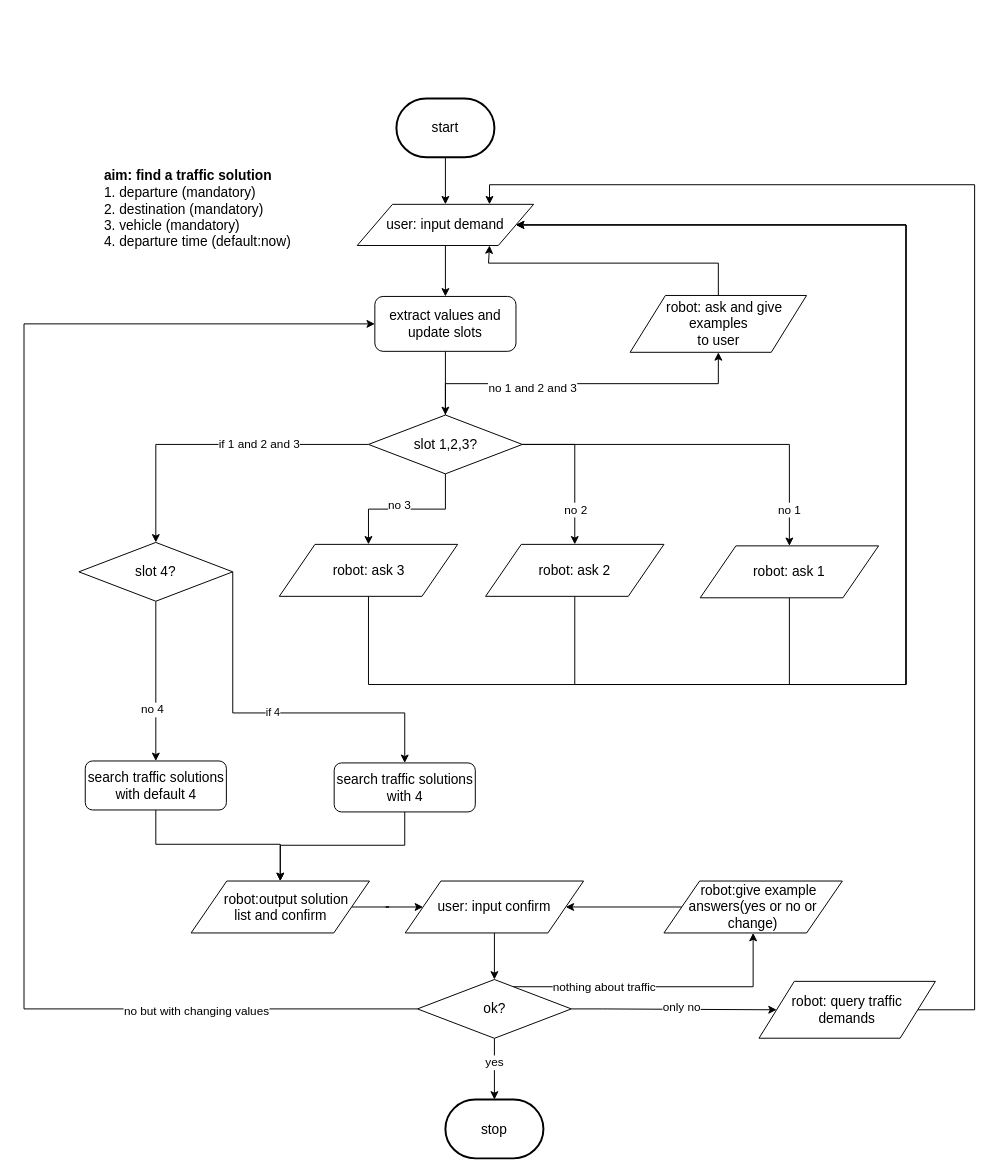
Earlier version of the draw.io diagram flow_diagram/traffic_consult.drawio (ricosr/travel_consult_chatbot). Source tidied: cells renumbered, new cells numbered last; positions are measured from the earlier drawing's top-left corner, leaving out a move shared by most shapes. Both pictures are drawn from the tidied source at 98%, with x=0, y=0 at pixel (24, 98).
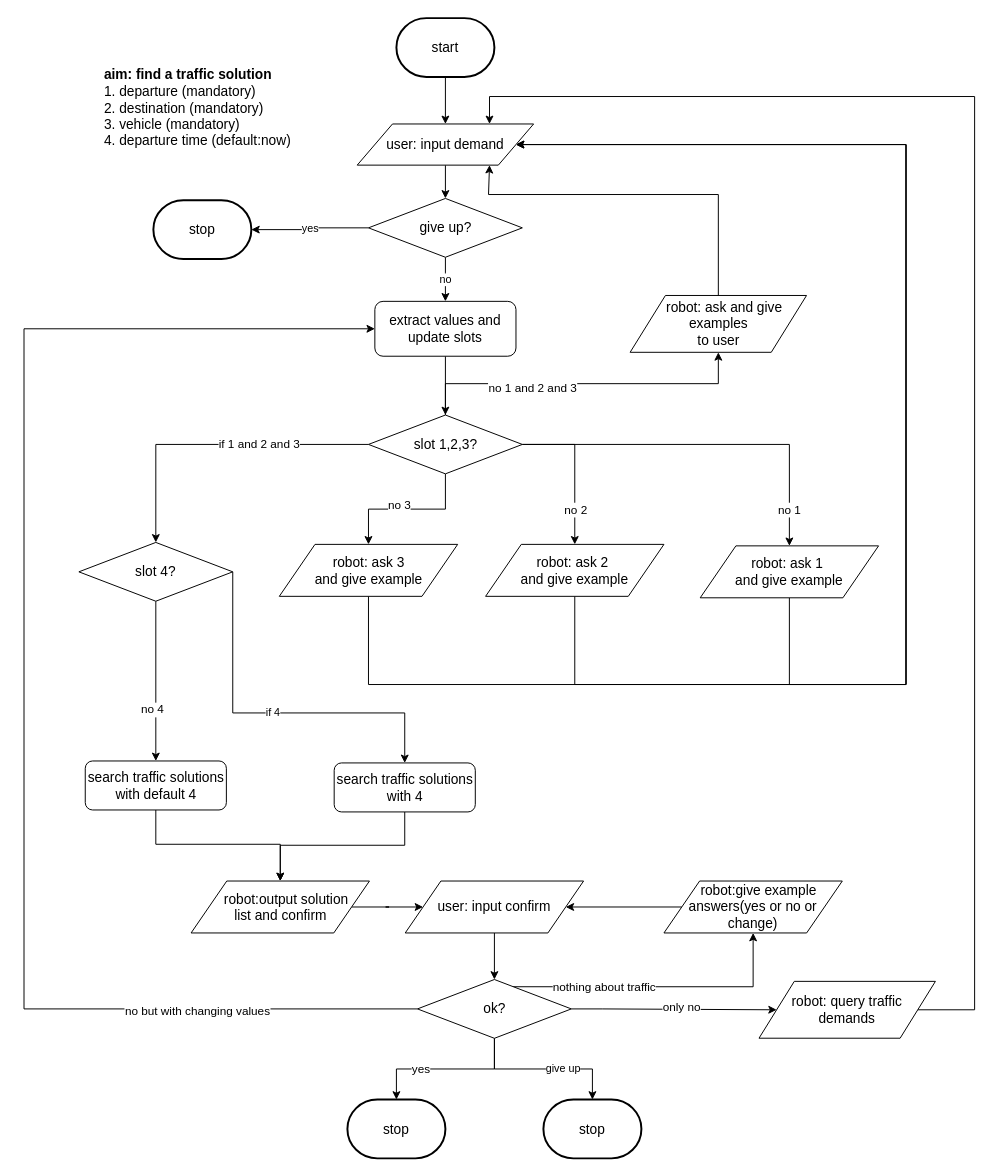
The same diagram, later.

The change refers to these unchanged cells:
```xml
<mxCell id="30" style="edgeStyle=orthogonalEdgeStyle;rounded=0;jettySize=auto;html=1;exitX=0.5;exitY=1;exitDx=0;exitDy=0;" parent="1" edge="1" source="32" target="35">
  <mxGeometry relative="1" as="geometry" />
</mxCell>
<mxCell id="32" value="&lt;font style=&quot;font-size: 14px&quot;&gt;ok?&lt;br&gt;&lt;/font&gt;" style="rhombus;whiteSpace=wrap;html=1;" parent="1" vertex="1">
  <mxGeometry x="401.5" y="899" width="157" height="60" as="geometry" />
</mxCell>
<mxCell id="37" value="&lt;span style=&quot;font-size: 14px ; white-space: normal&quot;&gt;robot: query traffic &lt;br&gt;demands&lt;/span&gt;" style="shape=parallelogram;perimeter=parallelogramPerimeter;whiteSpace=wrap;html=1;" parent="1" vertex="1">
  <mxGeometry x="750" y="900.9" width="180" height="58" as="geometry" />
</mxCell>
<mxCell id="51" value="&lt;span style=&quot;font-size: 14px ; white-space: normal&quot;&gt;&amp;nbsp; &amp;nbsp;robot: ask and give examples &lt;br&gt;to user&lt;/span&gt;" style="shape=parallelogram;perimeter=parallelogramPerimeter;whiteSpace=wrap;html=1;" parent="1" vertex="1">
  <mxGeometry x="618.5" y="201" width="180" height="58" as="geometry" />
</mxCell>
```

Diff of the diagram source:
```diff
@@
     <mxCell id="2" value="&lt;font style=&quot;font-size: 14px&quot;&gt;&lt;b&gt;aim: find a traffic solution&lt;/b&gt;&lt;br&gt;1. departure (mandatory)&lt;br&gt;2. destination (mandatory)&lt;br&gt;3. vehicle (mandatory)&lt;br&gt;4. departure time (default:now)&lt;br&gt;&lt;br&gt;&lt;/font&gt;" style="text;html=1;strokeColor=none;fillColor=none;align=left;verticalAlign=middle;whiteSpace=wrap;rounded=0;" parent="1" vertex="1">
-      <mxGeometry x="80" y="75.5" width="204" height="91" as="geometry" />
+      <mxGeometry x="80" y="-28" width="204" height="91" as="geometry" />
     </mxCell>
@@
     <mxCell id="24" style="edgeStyle=orthogonalEdgeStyle;rounded=0;jettySize=auto;html=1;exitX=0;exitY=0.5;exitDx=0;exitDy=0;entryX=0;entryY=0.5;entryDx=0;entryDy=0;" parent="1" edge="1" source="32" target="49">
       <mxGeometry relative="1" as="geometry">
         <Array as="points">
           <mxPoint y="929" />
-          <mxPoint y="230" />
+          <mxPoint y="235" />
         </Array>
       </mxGeometry>
     </mxCell>
@@
     <mxCell id="31" value="yes" style="text;html=1;align=center;verticalAlign=middle;labelBackgroundColor=#ffffff;" parent="30" vertex="1">
       <mxGeometry y="-7" relative="1" as="geometry">
-        <mxPoint x="6" y="-7" as="offset" />
+        <mxPoint x="-26" y="7.5" as="offset" />
       </mxGeometry>
     </mxCell>
+    <mxCell id="54" value="give up" style="edgeStyle=orthogonalEdgeStyle;rounded=0;jettySize=auto;html=1;exitX=0.5;exitY=1;exitDx=0;exitDy=0;entryX=0.5;entryY=0;entryDx=0;entryDy=0;entryPerimeter=0;" parent="1" edge="1" source="32" target="56">
+      <mxGeometry x="0.24" relative="1" as="geometry" />
+    </mxCell>
@@
     <mxCell id="34" value="&lt;span style=&quot;font-size: 14px&quot;&gt;start&lt;/span&gt;" style="strokeWidth=2;html=1;shape=mxgraph.flowchart.terminator;whiteSpace=wrap;" parent="1" vertex="1">
-      <mxGeometry x="380" width="100" height="60" as="geometry" />
+      <mxGeometry x="380" y="-82" width="100" height="60" as="geometry" />
     </mxCell>
     <mxCell id="35" value="&lt;font style=&quot;font-size: 14px&quot;&gt;stop&lt;/font&gt;" style="strokeWidth=2;html=1;shape=mxgraph.flowchart.terminator;whiteSpace=wrap;" parent="1" vertex="1">
-      <mxGeometry x="430" y="1021.5" width="100" height="60" as="geometry" />
+      <mxGeometry x="330" y="1021.5" width="100" height="60" as="geometry" />
     </mxCell>
     <mxCell id="36" style="edgeStyle=orthogonalEdgeStyle;rounded=0;jettySize=auto;html=1;exitX=1;exitY=0.5;exitDx=0;exitDy=0;entryX=0.75;entryY=0;entryDx=0;entryDy=0;" parent="1" edge="1" source="37" target="39">
       <mxGeometry relative="1" as="geometry">
         <Array as="points">
+          <mxPoint x="912" y="929" />
           <mxPoint x="970" y="929" />
-          <mxPoint x="970" y="88" />
-          <mxPoint x="475" y="88" />
+          <mxPoint x="970" y="-2" />
+          <mxPoint x="475" y="-2" />
         </Array>
       </mxGeometry>
     </mxCell>
@@
-    <mxCell id="38" style="edgeStyle=orthogonalEdgeStyle;rounded=0;jettySize=auto;html=1;exitX=0.5;exitY=1;exitDx=0;exitDy=0;entryX=0.5;entryY=0;entryDx=0;entryDy=0;" parent="1" edge="1" source="39" target="49">
-      <mxGeometry relative="1" as="geometry" />
-    </mxCell>
+    <mxCell id="55" style="edgeStyle=orthogonalEdgeStyle;rounded=0;jettySize=auto;html=1;exitX=0.5;exitY=1;exitDx=0;exitDy=0;entryX=0.5;entryY=0;entryDx=0;entryDy=0;" parent="1" edge="1" source="39" target="59">
+      <mxGeometry relative="1" as="geometry" />
+    </mxCell>
     <mxCell id="39" value="&lt;span style=&quot;font-size: 14px ; white-space: normal&quot;&gt;user: input demand&lt;/span&gt;" style="shape=parallelogram;perimeter=parallelogramPerimeter;whiteSpace=wrap;html=1;" parent="1" vertex="1">
-      <mxGeometry x="340" y="108" width="180" height="42" as="geometry" />
+      <mxGeometry x="340" y="26" width="180" height="42" as="geometry" />
     </mxCell>
     <mxCell id="40" style="edgeStyle=orthogonalEdgeStyle;rounded=0;jettySize=auto;html=1;exitX=0.5;exitY=1;exitDx=0;exitDy=0;entryX=1;entryY=0.5;entryDx=0;entryDy=0;" parent="1" edge="1" source="41" target="39">
       <mxGeometry relative="1" as="geometry">
         <Array as="points">
           <mxPoint x="352" y="598" />
           <mxPoint x="900" y="598" />
-          <mxPoint x="900" y="129" />
+          <mxPoint x="900" y="47" />
         </Array>
       </mxGeometry>
     </mxCell>
-    <mxCell id="41" value="&lt;font style=&quot;font-size: 14px&quot;&gt;robot: ask 3&lt;/font&gt;" style="shape=parallelogram;perimeter=parallelogramPerimeter;whiteSpace=wrap;html=1;" parent="1" vertex="1">
+    <mxCell id="41" value="&lt;font style=&quot;font-size: 14px&quot;&gt;robot: ask 3&lt;br&gt;and give example&lt;br&gt;&lt;/font&gt;" style="shape=parallelogram;perimeter=parallelogramPerimeter;whiteSpace=wrap;html=1;" parent="1" vertex="1">
       <mxGeometry x="260.5" y="455" width="182" height="53" as="geometry" />
     </mxCell>
     <mxCell id="42" style="edgeStyle=orthogonalEdgeStyle;rounded=0;jettySize=auto;html=1;exitX=0.5;exitY=1;exitDx=0;exitDy=0;entryX=1;entryY=0.5;entryDx=0;entryDy=0;" parent="1" edge="1" source="43" target="39">
       <mxGeometry relative="1" as="geometry">
         <Array as="points">
           <mxPoint x="562" y="598" />
           <mxPoint x="900" y="598" />
-          <mxPoint x="900" y="129" />
+          <mxPoint x="900" y="47" />
         </Array>
       </mxGeometry>
     </mxCell>
-    <mxCell id="43" value="&lt;span style=&quot;font-size: 14px&quot;&gt;robot: ask 2&lt;/span&gt;" style="shape=parallelogram;perimeter=parallelogramPerimeter;whiteSpace=wrap;html=1;" parent="1" vertex="1">
+    <mxCell id="43" value="&lt;span style=&quot;font-size: 14px&quot;&gt;robot: ask 2&amp;nbsp;&lt;br&gt;&lt;/span&gt;&lt;span style=&quot;font-size: 14px&quot;&gt;and give example&lt;/span&gt;" style="shape=parallelogram;perimeter=parallelogramPerimeter;whiteSpace=wrap;html=1;" parent="1" vertex="1">
       <mxGeometry x="471" y="455" width="182" height="53" as="geometry" />
     </mxCell>
     <mxCell id="44" style="edgeStyle=orthogonalEdgeStyle;rounded=0;jettySize=auto;html=1;exitX=0.5;exitY=1;exitDx=0;exitDy=0;entryX=1;entryY=0.5;entryDx=0;entryDy=0;" parent="1" edge="1" source="45" target="39">
       <mxGeometry relative="1" as="geometry">
         <Array as="points">
           <mxPoint x="781" y="598" />
           <mxPoint x="900" y="598" />
-          <mxPoint x="900" y="129" />
+          <mxPoint x="900" y="47" />
         </Array>
       </mxGeometry>
     </mxCell>
-    <mxCell id="45" value="&lt;span style=&quot;font-size: 14px&quot;&gt;robot: ask 1&lt;/span&gt;" style="shape=parallelogram;perimeter=parallelogramPerimeter;whiteSpace=wrap;html=1;" parent="1" vertex="1">
+    <mxCell id="45" value="&lt;span style=&quot;font-size: 14px&quot;&gt;robot: ask 1&amp;nbsp;&lt;br&gt;&lt;/span&gt;&lt;span style=&quot;font-size: 14px&quot;&gt;and give example&lt;/span&gt;" style="shape=parallelogram;perimeter=parallelogramPerimeter;whiteSpace=wrap;html=1;" parent="1" vertex="1">
       <mxGeometry x="690" y="456.5" width="182" height="53" as="geometry" />
     </mxCell>
@@
     <mxCell id="49" value="&lt;font style=&quot;font-size: 14px&quot;&gt;extract values and update slots&lt;/font&gt;" style="rounded=1;whiteSpace=wrap;html=1;" parent="1" vertex="1">
-      <mxGeometry x="358" y="202" width="144" height="56" as="geometry" />
+      <mxGeometry x="358" y="207" width="144" height="56" as="geometry" />
     </mxCell>
     <mxCell id="50" style="edgeStyle=orthogonalEdgeStyle;rounded=0;jettySize=auto;html=1;exitX=0.5;exitY=0;exitDx=0;exitDy=0;entryX=0.75;entryY=1;entryDx=0;entryDy=0;" parent="1" edge="1" source="51" target="39">
       <mxGeometry relative="1" as="geometry">
         <Array as="points">
-          <mxPoint x="709" y="168" />
-          <mxPoint x="474" y="168" />
+          <mxPoint x="709" y="98" />
+          <mxPoint x="474" y="98" />
         </Array>
       </mxGeometry>
     </mxCell>
@@
+    <mxCell id="56" value="&lt;font style=&quot;font-size: 14px&quot;&gt;stop&lt;/font&gt;" style="strokeWidth=2;html=1;shape=mxgraph.flowchart.terminator;whiteSpace=wrap;" parent="1" vertex="1">
+      <mxGeometry x="530" y="1021.5" width="100" height="60" as="geometry" />
+    </mxCell>
+    <mxCell id="57" value="no" style="edgeStyle=orthogonalEdgeStyle;rounded=0;jettySize=auto;html=1;exitX=0.5;exitY=1;exitDx=0;exitDy=0;entryX=0.5;entryY=0;entryDx=0;entryDy=0;" parent="1" edge="1" source="59" target="49">
+      <mxGeometry relative="1" as="geometry">
+        <Array as="points">
+          <mxPoint x="430" y="178" />
+          <mxPoint x="430" y="178" />
+        </Array>
+      </mxGeometry>
+    </mxCell>
+    <mxCell id="58" value="yes" style="edgeStyle=orthogonalEdgeStyle;rounded=0;jettySize=auto;html=1;exitX=0;exitY=0.5;exitDx=0;exitDy=0;entryX=1;entryY=0.5;entryDx=0;entryDy=0;entryPerimeter=0;" parent="1" edge="1" source="59" target="60">
+      <mxGeometry relative="1" as="geometry" />
+    </mxCell>
+    <mxCell id="59" value="&lt;font style=&quot;font-size: 14px&quot;&gt;give up?&lt;br&gt;&lt;/font&gt;" style="rhombus;whiteSpace=wrap;html=1;" parent="1" vertex="1">
+      <mxGeometry x="351.5" y="102" width="157" height="60" as="geometry" />
+    </mxCell>
+    <mxCell id="60" value="&lt;font style=&quot;font-size: 14px&quot;&gt;stop&lt;/font&gt;" style="strokeWidth=2;html=1;shape=mxgraph.flowchart.terminator;whiteSpace=wrap;" parent="1" vertex="1">
+      <mxGeometry x="132" y="103.8" width="100" height="60" as="geometry" />
+    </mxCell>
```
